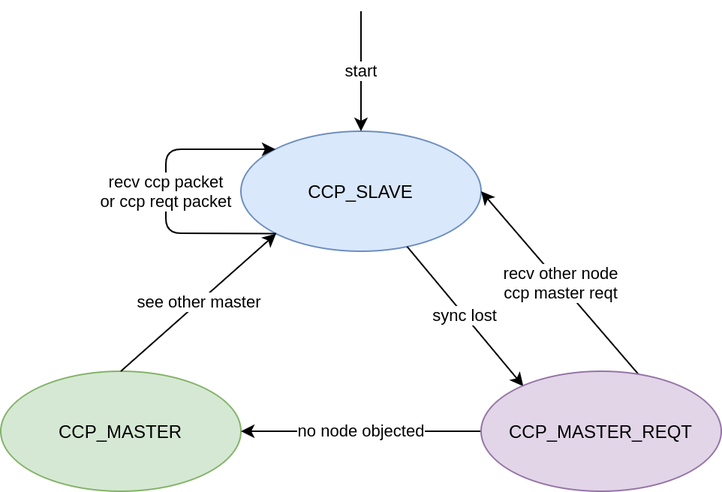
Before: reports/03_firmware/img/ccp_state_diagram.png, a diagram exported from draw.io (tuannv-github/uwb-ips). Source tidied: cells renumbered, new cells last; positions are measured from the earlier drawing's top-left corner, leaving out a move shared by most shapes.
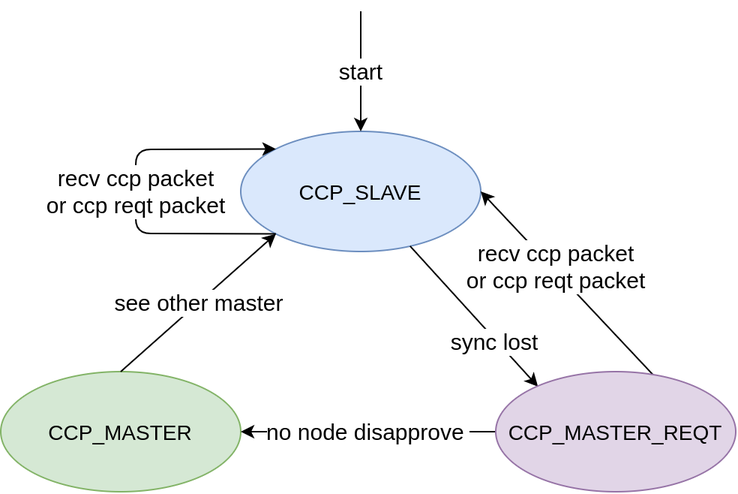
The same diagram one commit later.

Diff of the diagram source:
```diff
@@ -2,38 +2,37 @@
   <root>
     <mxCell id="0" />
     <mxCell id="1" parent="0" />
-    <mxCell id="2" value="&lt;span&gt;CCP_MASTER&lt;/span&gt;" style="ellipse;whiteSpace=wrap;html=1;fillColor=#d5e8d4;strokeColor=#82b366;" parent="1" vertex="1">
+    <mxCell id="2" value="&lt;span&gt;&lt;font style=&quot;font-size: 14px&quot;&gt;CCP_MASTER&lt;/font&gt;&lt;/span&gt;" style="ellipse;whiteSpace=wrap;html=1;fillColor=#d5e8d4;strokeColor=#82b366;" parent="1" vertex="1">
       <mxGeometry y="240" width="160" height="80" as="geometry" />
     </mxCell>
-    <mxCell id="3" value="&lt;span&gt;CCP_SLAVE&lt;/span&gt;" style="ellipse;whiteSpace=wrap;html=1;fillColor=#dae8fc;strokeColor=#6c8ebf;" parent="1" vertex="1">
+    <mxCell id="3" value="&lt;span&gt;&lt;font style=&quot;font-size: 14px&quot;&gt;CCP_SLAVE&lt;/font&gt;&lt;/span&gt;" style="ellipse;whiteSpace=wrap;html=1;fillColor=#dae8fc;strokeColor=#6c8ebf;" parent="1" vertex="1">
       <mxGeometry x="160" y="80" width="160" height="80" as="geometry" />
     </mxCell>
-    <mxCell id="4" value="see other master" style="endArrow=classic;html=1;entryX=0;entryY=1;entryDx=0;entryDy=0;exitX=0.5;exitY=0;exitDx=0;exitDy=0;" parent="1" edge="1" source="2" target="3">
+    <mxCell id="4" value="&lt;font style=&quot;font-size: 15px&quot;&gt;see other master&lt;/font&gt;" style="endArrow=classic;html=1;entryX=0;entryY=1;entryDx=0;entryDy=0;exitX=0.5;exitY=0;exitDx=0;exitDy=0;" parent="1" edge="1" source="2" target="3">
       <mxGeometry relative="1" as="geometry" />
     </mxCell>
-    <mxCell id="5" value="sync lost" style="endArrow=classic;html=1;entryX=0.176;entryY=0.125;entryDx=0;entryDy=0;entryPerimeter=0;" parent="1" edge="1" source="3" target="9">
-      <mxGeometry relative="1" as="geometry" />
+    <mxCell id="5" value="&lt;font style=&quot;font-size: 15px&quot;&gt;sync lost&lt;/font&gt;" style="endArrow=classic;html=1;entryX=0.176;entryY=0.125;entryDx=0;entryDy=0;entryPerimeter=0;" parent="1" edge="1" source="3" target="9">
+      <mxGeometry x="0.35" y="-1" relative="1" as="geometry" />
     </mxCell>
-    <mxCell id="6" value="start" style="endArrow=classic;html=1;" parent="1" edge="1" target="3">
+    <mxCell id="6" value="&lt;font style=&quot;font-size: 15px&quot;&gt;start&lt;/font&gt;" style="endArrow=classic;html=1;" parent="1" edge="1" target="3">
       <mxGeometry relative="1" as="geometry">
         <mxPoint x="240" as="sourcePoint" />
       </mxGeometry>
     </mxCell>
-    <mxCell id="7" value="no node objected" style="endArrow=classic;html=1;exitX=0;exitY=0.5;exitDx=0;exitDy=0;entryX=1;entryY=0.5;entryDx=0;entryDy=0;" parent="1" edge="1" source="9" target="2">
+    <mxCell id="7" value="&lt;font style=&quot;font-size: 15px&quot;&gt;no node&amp;nbsp;disapprove&amp;nbsp;&lt;/font&gt;" style="endArrow=classic;html=1;exitX=0;exitY=0.5;exitDx=0;exitDy=0;entryX=1;entryY=0.5;entryDx=0;entryDy=0;" parent="1" edge="1" source="9" target="2">
       <mxGeometry relative="1" as="geometry" />
     </mxCell>
-    <mxCell id="8" value="recv other node&lt;br&gt;ccp master reqt" style="endArrow=classic;html=1;exitX=0.659;exitY=0.034;exitDx=0;exitDy=0;entryX=1;entryY=0.5;entryDx=0;entryDy=0;exitPerimeter=0;" parent="1" edge="1" source="9" target="3">
-      <mxGeometry relative="1" as="geometry" />
+    <mxCell id="8" value="&lt;font style=&quot;font-size: 15px&quot;&gt;recv ccp packet&lt;br&gt;or ccp reqt packet&lt;/font&gt;" style="endArrow=classic;html=1;exitX=0.659;exitY=0.034;exitDx=0;exitDy=0;entryX=1;entryY=0.5;entryDx=0;entryDy=0;exitPerimeter=0;" parent="1" edge="1" source="9" target="3">
+      <mxGeometry x="0.16" y="-2" relative="1" as="geometry" />
     </mxCell>
-    <mxCell id="9" value="&lt;span&gt;CCP_MASTER_REQT&lt;br&gt;&lt;/span&gt;" style="ellipse;whiteSpace=wrap;html=1;fillColor=#e1d5e7;strokeColor=#9673a6;" parent="1" vertex="1">
-      <mxGeometry x="320" y="240" width="160" height="80" as="geometry" />
+    <mxCell id="9" value="&lt;span&gt;&lt;font style=&quot;font-size: 14px&quot;&gt;CCP_MASTER_REQT&lt;/font&gt;&lt;br&gt;&lt;/span&gt;" style="ellipse;whiteSpace=wrap;html=1;fillColor=#e1d5e7;strokeColor=#9673a6;" parent="1" vertex="1">
+      <mxGeometry x="330" y="240" width="160" height="80" as="geometry" />
     </mxCell>
-    <mxCell id="10" value="recv ccp packet&lt;br&gt;or ccp reqt packet" style="endArrow=classic;html=1;exitX=0;exitY=1;exitDx=0;exitDy=0;" parent="1" edge="1" source="3">
+    <mxCell id="10" value="&lt;font style=&quot;font-size: 15px&quot;&gt;recv ccp packet&lt;br&gt;or ccp reqt packet&lt;/font&gt;" style="endArrow=classic;html=1;exitX=0;exitY=1;exitDx=0;exitDy=0;entryX=0;entryY=0;entryDx=0;entryDy=0;" parent="1" edge="1" source="3" target="3">
       <mxGeometry relative="1" as="geometry">
-        <mxPoint x="183" y="92" as="targetPoint" />
         <Array as="points">
-          <mxPoint x="110" y="148" />
-          <mxPoint x="110" y="92" />
+          <mxPoint x="90" y="148" />
+          <mxPoint x="90" y="92" />
         </Array>
       </mxGeometry>
     </mxCell>
```
